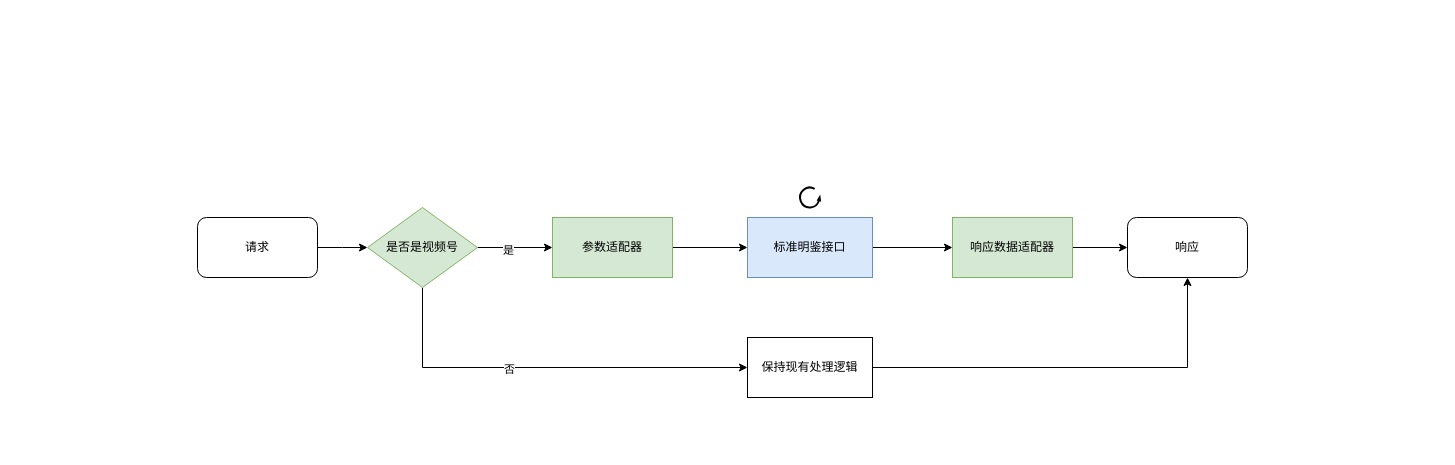
Above: file/适配服务.drawio in LLwill/drow.io (draw.io), before the change. Source tidied: cells renumbered, new cells numbered last; positions are measured from the earlier drawing's top-left corner, leaving out a move shared by most shapes. Both pictures are drawn from the tidied source at 100%, with x=0, y=0 at pixel (197, 187).
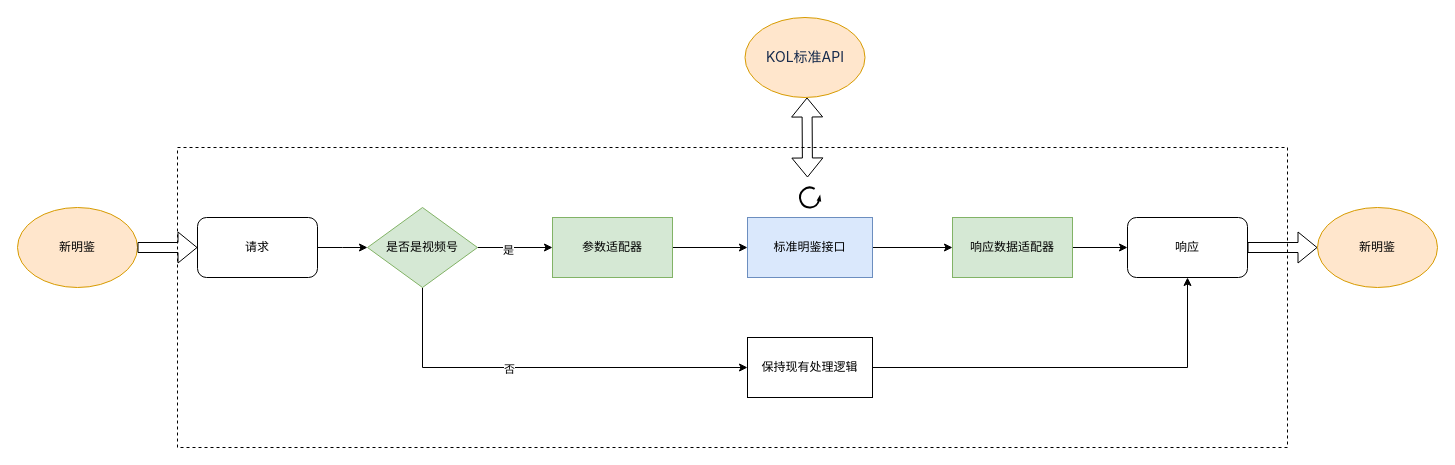
Above is the later version.

Unchanged cells that the change refers to:
```xml
<mxCell id="3" value="请求" style="rounded=1;whiteSpace=wrap;html=1;" parent="1" vertex="1">
  <mxGeometry y="30" width="120" height="60" as="geometry" />
</mxCell>
<mxCell id="15" value="响应" style="rounded=1;whiteSpace=wrap;html=1;" parent="1" vertex="1">
  <mxGeometry x="930" y="30" width="120" height="60" as="geometry" />
</mxCell>
```

What changed in the source:
```diff
@@
+    <mxCell id="19" style="rounded=0;whiteSpace=wrap;html=1;gradientColor=none;fillColor=none;dashed=1;" parent="1" vertex="1">
+      <mxGeometry x="-20" y="-40" width="1110" height="300" as="geometry" />
+    </mxCell>
@@
+    <mxCell id="20" value="新明鉴" style="ellipse;whiteSpace=wrap;html=1;fillColor=#ffe6cc;strokeColor=#d79b00;" parent="1" vertex="1">
+      <mxGeometry x="-180" y="20" width="120" height="80" as="geometry" />
+    </mxCell>
+    <mxCell id="21" style="shape=flexArrow;endArrow=classic;html=1;rounded=0;entryX=0;entryY=0.5;entryDx=0;entryDy=0;exitX=1;exitY=0.5;exitDx=0;exitDy=0;" parent="1" edge="1" source="20" target="3">
+      <mxGeometry relative="1" as="geometry" />
+    </mxCell>
+    <mxCell id="22" style="shape=flexArrow;endArrow=classic;html=1;rounded=0;exitX=1;exitY=0.5;exitDx=0;exitDy=0;entryX=0;entryY=0.5;entryDx=0;entryDy=0;" parent="1" edge="1" source="15" target="23">
+      <mxGeometry relative="1" as="geometry" />
+    </mxCell>
+    <mxCell id="23" value="新明鉴" style="ellipse;whiteSpace=wrap;html=1;fillColor=#ffe6cc;strokeColor=#d79b00;" parent="1" vertex="1">
+      <mxGeometry x="1120" y="20" width="120" height="80" as="geometry" />
+    </mxCell>
+    <mxCell id="24" style="shape=flexArrow;endArrow=classic;startArrow=classic;html=1;rounded=0;entryX=0.5;entryY=1;entryDx=0;entryDy=0;" parent="1" edge="1">
+      <mxGeometry relative="1" as="geometry">
+        <mxPoint x="610" y="-10" as="sourcePoint" />
+        <mxPoint x="609.5" y="-90" as="targetPoint" />
+      </mxGeometry>
+    </mxCell>
+    <mxCell id="25" value="&lt;span style=&quot;color: rgb(23, 43, 77); font-family: -apple-system, &amp;quot;system-ui&amp;quot;, &amp;quot;Segoe UI&amp;quot;, Roboto, Oxygen, Ubuntu, &amp;quot;Fira Sans&amp;quot;, &amp;quot;Droid Sans&amp;quot;, &amp;quot;Helvetica Neue&amp;quot;, sans-serif; font-size: 14px; text-align: left;&quot;&gt;KOL标准API&lt;/span&gt;" style="ellipse;whiteSpace=wrap;html=1;fillColor=#ffe6cc;strokeColor=#d79b00;" parent="1" vertex="1">
+      <mxGeometry x="547.5" y="-170" width="120" height="80" as="geometry" />
+    </mxCell>
```
